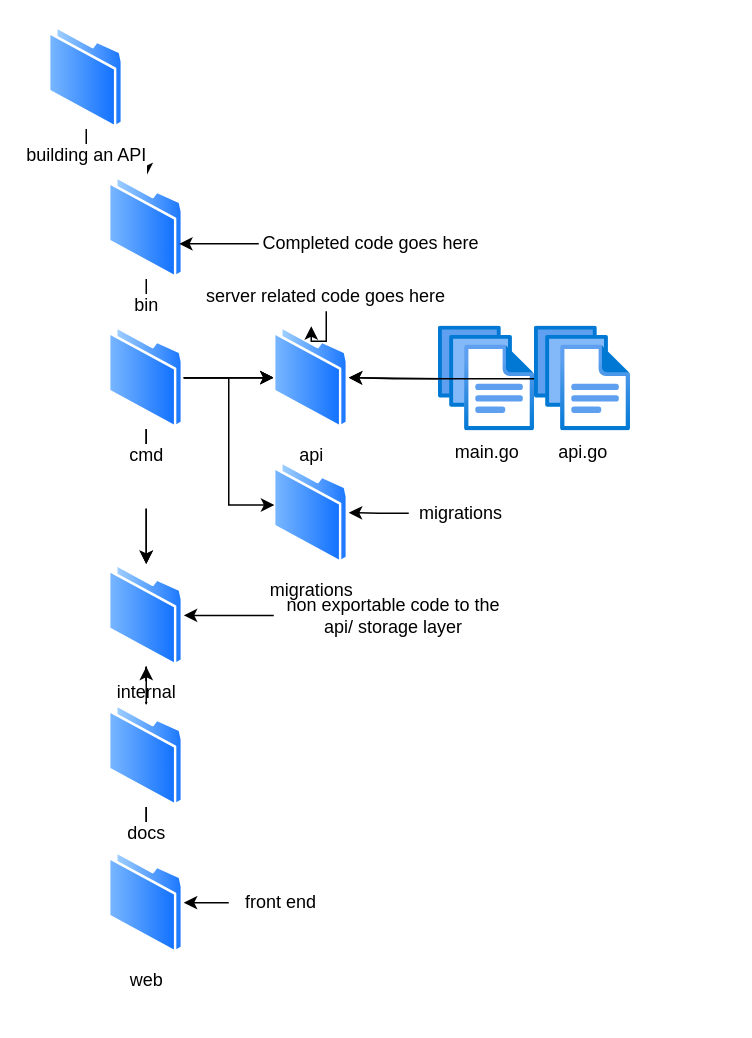
Before: page "Folder Structure" (1 of 2) of backendengineering_go.drawio in charlestakang/algorithms, a draw.io diagram. Source tidied: cells renumbered, new cells numbered last; positions are measured from the earlier drawing's top-left corner, leaving out a move shared by most shapes. Both pictures are drawn from the tidied source at 150%, with x=0, y=0 at pixel (48, 26).
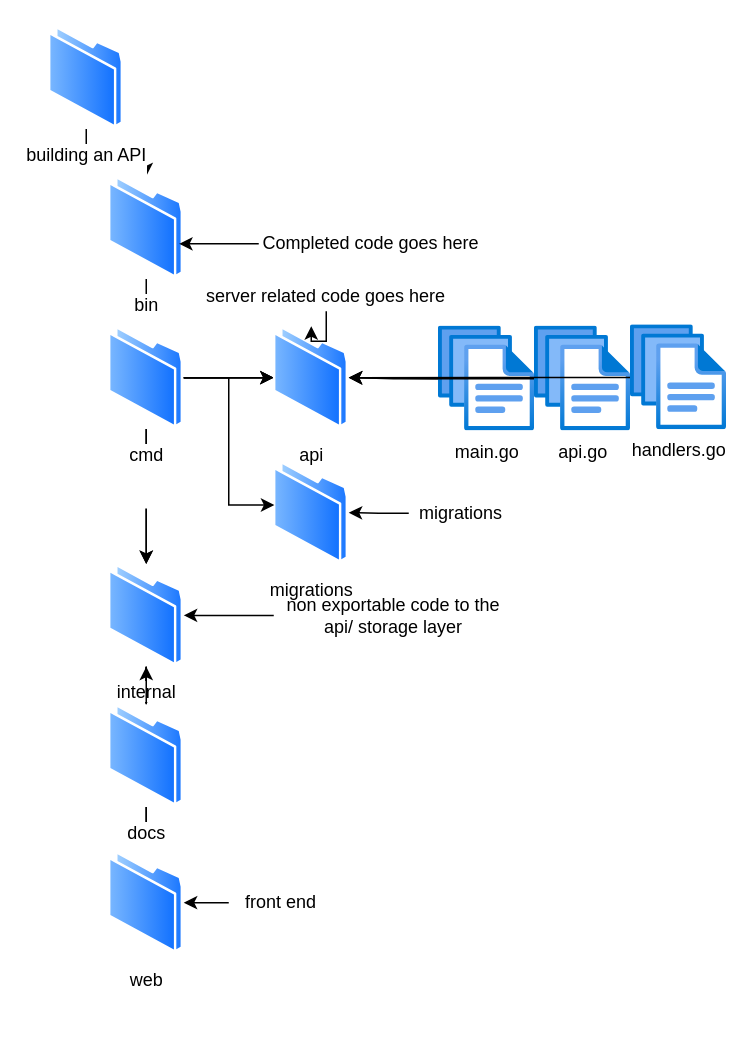
After the change.

The change refers to these unchanged cells:
```xml
<mxCell id="22" value="api" style="image;perimeter=ellipsePerimeter;html=1;align=center;shadow=0;dashed=0;spacingTop=3;image=img/lib/active_directory/folder.svg;" parent="1" vertex="1">
  <mxGeometry x="150" y="200" width="50" height="68.5" as="geometry" />
</mxCell>
```

The edit, as a diff of the source:
```diff
@@
+    <mxCell id="38" style="edgeStyle=orthogonalEdgeStyle;rounded=0;jettySize=auto;html=1;entryX=1;entryY=0.5;entryDx=0;entryDy=0;" parent="1" edge="1" source="39" target="22">
+      <mxGeometry relative="1" as="geometry" />
+    </mxCell>
+    <mxCell id="39" value="handlers.go" style="image;html=1;points=[];align=center;fontSize=12;image=img/lib/azure2/general/Files.svg;" parent="1" vertex="1">
+      <mxGeometry x="388" y="199.2" width="64" height="70" as="geometry" />
+    </mxCell>
```
